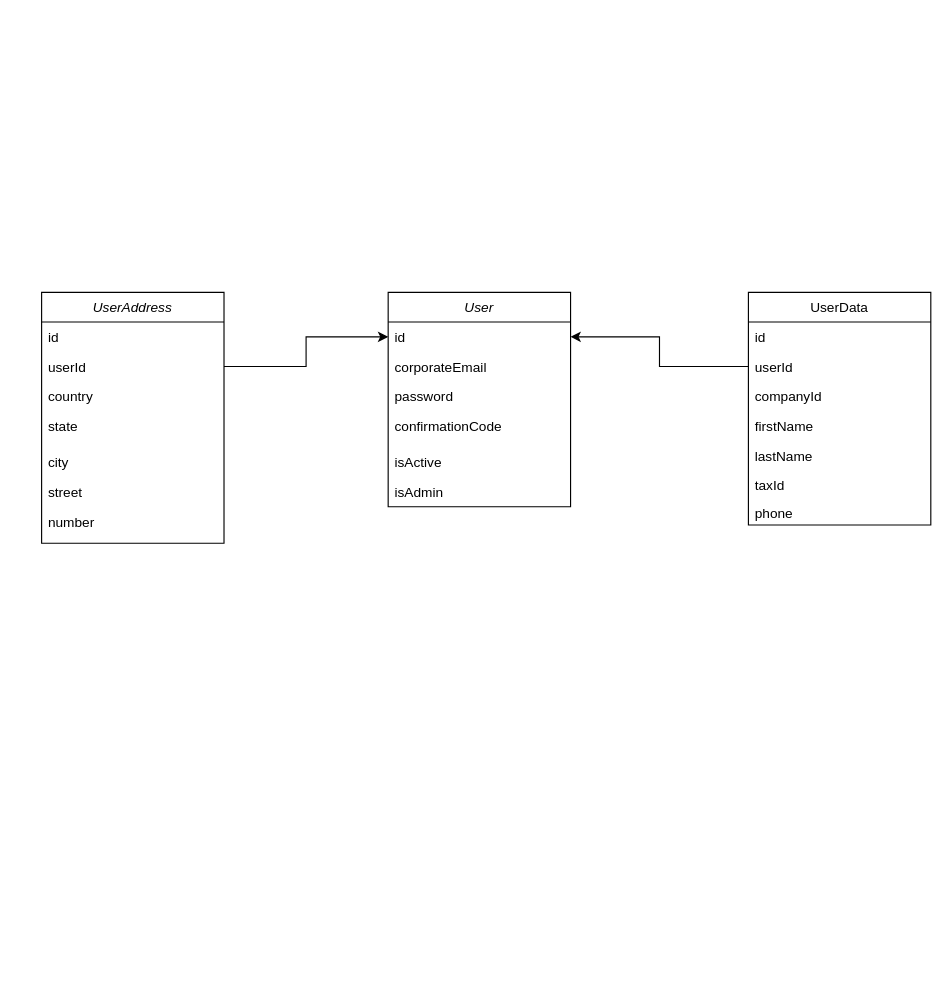
Above: Untitled Diagram.drawio in AdryannMillos/diagrams (draw.io), before the change. Source tidied: cells renumbered, new cells numbered last; positions are measured from the earlier drawing's top-left corner, leaving out a move shared by most shapes. Both pictures are drawn from the tidied source at 114%, with x=0, y=0 at pixel (41, 292).
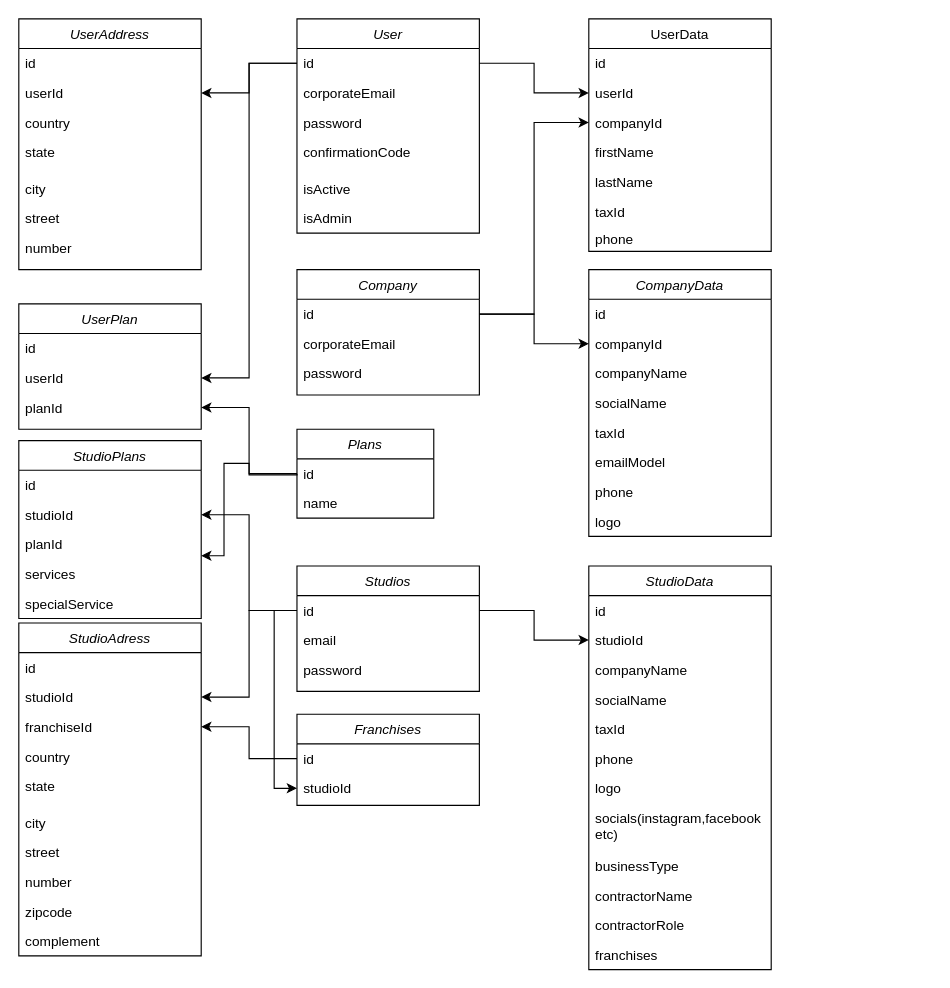
Above is the later version.

Unchanged cells that the change refers to:
```xml
<mxCell id="3" value="id&#10;" style="text;align=left;verticalAlign=top;spacingLeft=4;spacingRight=4;overflow=hidden;points=[[0,0.5],[1,0.5]];portConstraint=eastwest;" parent="2" vertex="1">
  <mxGeometry y="26" width="160" height="26" as="geometry" />
</mxCell>
<mxCell id="11" value="userId" style="text;align=left;verticalAlign=top;spacingLeft=4;spacingRight=4;overflow=hidden;points=[[0,0.5],[1,0.5]];portConstraint=eastwest;" parent="9" vertex="1">
  <mxGeometry y="52" width="160" height="26" as="geometry" />
</mxCell>
<mxCell id="12" value="companyId" style="text;align=left;verticalAlign=top;spacingLeft=4;spacingRight=4;overflow=hidden;points=[[0,0.5],[1,0.5]];portConstraint=eastwest;rounded=0;shadow=0;html=0;" parent="9" vertex="1">
  <mxGeometry y="78" width="160" height="26" as="geometry" />
</mxCell>
<mxCell id="19" value="userId" style="text;align=left;verticalAlign=top;spacingLeft=4;spacingRight=4;overflow=hidden;points=[[0,0.5],[1,0.5]];portConstraint=eastwest;" parent="17" vertex="1">
  <mxGeometry y="52" width="160" height="26" as="geometry" />
</mxCell>
```

The edit, as a diff of the source:
```diff
@@
     <mxCell id="2" value="User" style="swimlane;fontStyle=2;align=center;verticalAlign=top;horizontal=1;startSize=26;rounded=0;shadow=0;strokeWidth=1;" parent="1" vertex="1">
-      <mxGeometry x="304" width="160" height="188" as="geometry" />
+      <mxGeometry x="224" y="-240" width="160" height="188" as="geometry" />
     </mxCell>
@@
     <mxCell id="9" value="UserData" style="swimlane;fontStyle=0;align=center;verticalAlign=top;horizontal=1;startSize=26;rounded=0;shadow=0;strokeWidth=1;" parent="1" vertex="1">
-      <mxGeometry x="620" width="160" height="204" as="geometry" />
+      <mxGeometry x="480" y="-240" width="160" height="204" as="geometry" />
     </mxCell>
@@
     <mxCell id="17" value="UserAddress&#10;" style="swimlane;fontStyle=2;align=center;verticalAlign=top;horizontal=1;startSize=26;rounded=0;shadow=0;strokeWidth=1;" parent="1" vertex="1">
-      <mxGeometry width="160" height="220" as="geometry" />
+      <mxGeometry x="-20" y="-240" width="160" height="220" as="geometry" />
     </mxCell>
@@
-    <mxCell id="25" style="edgeStyle=orthogonalEdgeStyle;rounded=0;jettySize=auto;html=1;exitX=1;exitY=0.5;exitDx=0;exitDy=0;entryX=0;entryY=0.5;entryDx=0;entryDy=0;" parent="1" edge="1" source="19" target="3">
-      <mxGeometry relative="1" as="geometry" />
-    </mxCell>
-    <mxCell id="26" style="edgeStyle=orthogonalEdgeStyle;rounded=0;jettySize=auto;html=1;exitX=0;exitY=0.5;exitDx=0;exitDy=0;entryX=1;entryY=0.5;entryDx=0;entryDy=0;" parent="1" edge="1" source="11" target="3">
-      <mxGeometry relative="1" as="geometry" />
-    </mxCell>
+    <mxCell id="27" value="Company&#10;" style="swimlane;fontStyle=2;align=center;verticalAlign=top;horizontal=1;startSize=26;rounded=0;shadow=0;strokeWidth=1;" parent="1" vertex="1">
+      <mxGeometry x="224" y="-20" width="160" height="110" as="geometry" />
+    </mxCell>
+    <mxCell id="28" value="id&#10;" style="text;align=left;verticalAlign=top;spacingLeft=4;spacingRight=4;overflow=hidden;points=[[0,0.5],[1,0.5]];portConstraint=eastwest;" parent="27" vertex="1">
+      <mxGeometry y="26" width="160" height="26" as="geometry" />
+    </mxCell>
+    <mxCell id="29" value="corporateEmail" style="text;align=left;verticalAlign=top;spacingLeft=4;spacingRight=4;overflow=hidden;" parent="27" vertex="1">
+      <mxGeometry y="52" width="160" height="26" as="geometry" />
+    </mxCell>
+    <mxCell id="30" value="password" style="text;align=left;verticalAlign=top;spacingLeft=4;spacingRight=4;overflow=hidden;rounded=0;shadow=0;html=0;" parent="27" vertex="1">
+      <mxGeometry y="78" width="160" height="26" as="geometry" />
+    </mxCell>
+    <mxCell id="31" style="edgeStyle=orthogonalEdgeStyle;rounded=0;jettySize=auto;html=1;entryX=0;entryY=0.5;entryDx=0;entryDy=0;exitX=1;exitY=0.5;exitDx=0;exitDy=0;" parent="1" edge="1" source="28" target="12">
+      <mxGeometry relative="1" as="geometry" />
+    </mxCell>
+    <mxCell id="32" value="CompanyData&#10;" style="swimlane;fontStyle=2;align=center;verticalAlign=top;horizontal=1;startSize=26;rounded=0;shadow=0;strokeWidth=1;" parent="1" vertex="1">
+      <mxGeometry x="480" y="-20" width="160" height="234" as="geometry" />
+    </mxCell>
+    <mxCell id="33" value="id&#10;" style="text;align=left;verticalAlign=top;spacingLeft=4;spacingRight=4;overflow=hidden;" parent="32" vertex="1">
+      <mxGeometry y="26" width="160" height="26" as="geometry" />
+    </mxCell>
+    <mxCell id="34" value="companyId&#10;" style="text;align=left;verticalAlign=top;spacingLeft=4;spacingRight=4;overflow=hidden;points=[[0,0.5],[1,0.5]];portConstraint=eastwest;" parent="32" vertex="1">
+      <mxGeometry y="52" width="160" height="26" as="geometry" />
+    </mxCell>
+    <mxCell id="35" value="companyName" style="text;align=left;verticalAlign=top;spacingLeft=4;spacingRight=4;overflow=hidden;" parent="32" vertex="1">
+      <mxGeometry y="78" width="160" height="26" as="geometry" />
+    </mxCell>
+    <mxCell id="36" value="socialName&#10;" style="text;align=left;verticalAlign=top;spacingLeft=4;spacingRight=4;overflow=hidden;rounded=0;shadow=0;html=0;" parent="32" vertex="1">
+      <mxGeometry y="104" width="160" height="26" as="geometry" />
+    </mxCell>
+    <mxCell id="37" value="taxId" style="text;align=left;verticalAlign=top;spacingLeft=4;spacingRight=4;overflow=hidden;" parent="32" vertex="1">
+      <mxGeometry y="130" width="160" height="26" as="geometry" />
+    </mxCell>
+    <mxCell id="38" value="emailModel&#10;" style="text;align=left;verticalAlign=top;spacingLeft=4;spacingRight=4;overflow=hidden;rounded=0;shadow=0;html=0;" parent="32" vertex="1">
+      <mxGeometry y="156" width="160" height="26" as="geometry" />
+    </mxCell>
+    <mxCell id="39" value="phone&#10;" style="text;align=left;verticalAlign=top;spacingLeft=4;spacingRight=4;overflow=hidden;rounded=0;shadow=0;html=0;" parent="32" vertex="1">
+      <mxGeometry y="182" width="160" height="26" as="geometry" />
+    </mxCell>
+    <mxCell id="40" value="logo&#10;" style="text;align=left;verticalAlign=top;spacingLeft=4;spacingRight=4;overflow=hidden;rounded=0;shadow=0;html=0;" parent="32" vertex="1">
+      <mxGeometry y="208" width="160" height="26" as="geometry" />
+    </mxCell>
+    <mxCell id="41" style="edgeStyle=orthogonalEdgeStyle;rounded=0;jettySize=auto;html=1;exitX=1;exitY=0.5;exitDx=0;exitDy=0;entryX=0;entryY=0.5;entryDx=0;entryDy=0;" parent="1" edge="1" source="3" target="11">
+      <mxGeometry relative="1" as="geometry" />
+    </mxCell>
+    <mxCell id="42" style="edgeStyle=orthogonalEdgeStyle;rounded=0;jettySize=auto;html=1;exitX=0;exitY=0.5;exitDx=0;exitDy=0;entryX=1;entryY=0.5;entryDx=0;entryDy=0;" parent="1" edge="1" source="3" target="19">
+      <mxGeometry relative="1" as="geometry" />
+    </mxCell>
+    <mxCell id="43" style="edgeStyle=orthogonalEdgeStyle;rounded=0;jettySize=auto;html=1;exitX=1;exitY=0.5;exitDx=0;exitDy=0;entryX=0;entryY=0.5;entryDx=0;entryDy=0;" parent="1" edge="1" source="28" target="34">
+      <mxGeometry relative="1" as="geometry" />
+    </mxCell>
+    <mxCell id="44" value="Plans" style="swimlane;fontStyle=2;align=center;verticalAlign=top;horizontal=1;startSize=26;rounded=0;shadow=0;strokeWidth=1;" parent="1" vertex="1">
+      <mxGeometry x="224" y="120" width="120" height="78" as="geometry" />
+    </mxCell>
+    <mxCell id="45" value="id&#10;" style="text;align=left;verticalAlign=top;spacingLeft=4;spacingRight=4;overflow=hidden;points=[[0,0.5],[1,0.5]];portConstraint=eastwest;" parent="44" vertex="1">
+      <mxGeometry y="26" width="120" height="26" as="geometry" />
+    </mxCell>
+    <mxCell id="46" value="name" style="text;align=left;verticalAlign=top;spacingLeft=4;spacingRight=4;overflow=hidden;" parent="44" vertex="1">
+      <mxGeometry y="52" width="120" height="26" as="geometry" />
+    </mxCell>
+    <mxCell id="47" value="UserPlan&#10;" style="swimlane;fontStyle=2;align=center;verticalAlign=top;horizontal=1;startSize=26;rounded=0;shadow=0;strokeWidth=1;" parent="1" vertex="1">
+      <mxGeometry x="-20" y="10" width="160" height="110" as="geometry" />
+    </mxCell>
+    <mxCell id="48" value="id&#10;" style="text;align=left;verticalAlign=top;spacingLeft=4;spacingRight=4;overflow=hidden;" parent="47" vertex="1">
+      <mxGeometry y="26" width="160" height="26" as="geometry" />
+    </mxCell>
+    <mxCell id="49" value="userId&#10;" style="text;align=left;verticalAlign=top;spacingLeft=4;spacingRight=4;overflow=hidden;points=[[0,0.5],[1,0.5]];portConstraint=eastwest;" parent="47" vertex="1">
+      <mxGeometry y="52" width="160" height="26" as="geometry" />
+    </mxCell>
+    <mxCell id="50" value="planId" style="text;align=left;verticalAlign=top;spacingLeft=4;spacingRight=4;overflow=hidden;points=[[0,0.5],[1,0.5]];portConstraint=eastwest;rounded=0;shadow=0;html=0;" parent="47" vertex="1">
+      <mxGeometry y="78" width="160" height="26" as="geometry" />
+    </mxCell>
+    <mxCell id="51" style="edgeStyle=orthogonalEdgeStyle;rounded=0;jettySize=auto;html=1;" parent="1" edge="1" source="3" target="49">
+      <mxGeometry relative="1" as="geometry" />
+    </mxCell>
+    <mxCell id="52" style="edgeStyle=orthogonalEdgeStyle;rounded=0;jettySize=auto;html=1;exitX=0;exitY=0.5;exitDx=0;exitDy=0;entryX=1;entryY=0.5;entryDx=0;entryDy=0;" parent="1" edge="1" source="45" target="50">
+      <mxGeometry relative="1" as="geometry">
+        <Array as="points">
+          <mxPoint x="224" y="160" />
+          <mxPoint x="182" y="160" />
+          <mxPoint x="182" y="101" />
+        </Array>
+      </mxGeometry>
+    </mxCell>
+    <mxCell id="53" value="Studios" style="swimlane;fontStyle=2;align=center;verticalAlign=top;horizontal=1;startSize=26;rounded=0;shadow=0;strokeWidth=1;" parent="1" vertex="1">
+      <mxGeometry x="224" y="240" width="160" height="110" as="geometry" />
+    </mxCell>
+    <mxCell id="54" value="id&#10;" style="text;align=left;verticalAlign=top;spacingLeft=4;spacingRight=4;overflow=hidden;points=[[0,0.5],[1,0.5]];portConstraint=eastwest;" parent="53" vertex="1">
+      <mxGeometry y="26" width="160" height="26" as="geometry" />
+    </mxCell>
+    <mxCell id="55" value="email" style="text;align=left;verticalAlign=top;spacingLeft=4;spacingRight=4;overflow=hidden;" parent="53" vertex="1">
+      <mxGeometry y="52" width="160" height="26" as="geometry" />
+    </mxCell>
+    <mxCell id="56" value="password" style="text;align=left;verticalAlign=top;spacingLeft=4;spacingRight=4;overflow=hidden;rounded=0;shadow=0;html=0;" parent="53" vertex="1">
+      <mxGeometry y="78" width="160" height="26" as="geometry" />
+    </mxCell>
+    <mxCell id="57" value="StudioData&#10;" style="swimlane;fontStyle=2;align=center;verticalAlign=top;horizontal=1;startSize=26;rounded=0;shadow=0;strokeWidth=1;" parent="1" vertex="1">
+      <mxGeometry x="480" y="240" width="160" height="354" as="geometry" />
+    </mxCell>
+    <mxCell id="58" value="id&#10;" style="text;align=left;verticalAlign=top;spacingLeft=4;spacingRight=4;overflow=hidden;" parent="57" vertex="1">
+      <mxGeometry y="26" width="160" height="26" as="geometry" />
+    </mxCell>
+    <mxCell id="59" value="studioId&#10;" style="text;align=left;verticalAlign=top;spacingLeft=4;spacingRight=4;overflow=hidden;points=[[0,0.5],[1,0.5]];portConstraint=eastwest;" parent="57" vertex="1">
+      <mxGeometry y="52" width="160" height="26" as="geometry" />
+    </mxCell>
+    <mxCell id="60" value="companyName" style="text;align=left;verticalAlign=top;spacingLeft=4;spacingRight=4;overflow=hidden;" parent="57" vertex="1">
+      <mxGeometry y="78" width="160" height="26" as="geometry" />
+    </mxCell>
+    <mxCell id="61" value="socialName&#10;" style="text;align=left;verticalAlign=top;spacingLeft=4;spacingRight=4;overflow=hidden;rounded=0;shadow=0;html=0;" parent="57" vertex="1">
+      <mxGeometry y="104" width="160" height="26" as="geometry" />
+    </mxCell>
+    <mxCell id="62" value="taxId" style="text;align=left;verticalAlign=top;spacingLeft=4;spacingRight=4;overflow=hidden;" parent="57" vertex="1">
+      <mxGeometry y="130" width="160" height="26" as="geometry" />
+    </mxCell>
+    <mxCell id="63" value="phone&#10;" style="text;align=left;verticalAlign=top;spacingLeft=4;spacingRight=4;overflow=hidden;rounded=0;shadow=0;html=0;" parent="57" vertex="1">
+      <mxGeometry y="156" width="160" height="26" as="geometry" />
+    </mxCell>
+    <mxCell id="64" value="logo&#10;" style="text;align=left;verticalAlign=top;spacingLeft=4;spacingRight=4;overflow=hidden;rounded=0;shadow=0;html=0;" parent="57" vertex="1">
+      <mxGeometry y="182" width="160" height="26" as="geometry" />
+    </mxCell>
+    <mxCell id="65" value="socials(instagram,facebook&#10;etc)" style="text;align=left;verticalAlign=top;spacingLeft=4;spacingRight=4;overflow=hidden;rounded=0;shadow=0;html=0;" parent="57" vertex="1">
+      <mxGeometry y="208" width="160" height="42" as="geometry" />
+    </mxCell>
+    <mxCell id="66" value="businessType" style="text;align=left;verticalAlign=top;spacingLeft=4;spacingRight=4;overflow=hidden;rounded=0;shadow=0;html=0;" parent="57" vertex="1">
+      <mxGeometry y="250" width="160" height="26" as="geometry" />
+    </mxCell>
+    <mxCell id="67" value="contractorName&#10;" style="text;align=left;verticalAlign=top;spacingLeft=4;spacingRight=4;overflow=hidden;rounded=0;shadow=0;html=0;" parent="57" vertex="1">
+      <mxGeometry y="276" width="160" height="26" as="geometry" />
+    </mxCell>
+    <mxCell id="68" value="contractorRole" style="text;align=left;verticalAlign=top;spacingLeft=4;spacingRight=4;overflow=hidden;rounded=0;shadow=0;html=0;" parent="57" vertex="1">
+      <mxGeometry y="302" width="160" height="26" as="geometry" />
+    </mxCell>
+    <mxCell id="69" value="franchises" style="text;align=left;verticalAlign=top;spacingLeft=4;spacingRight=4;overflow=hidden;rounded=0;shadow=0;html=0;" parent="57" vertex="1">
+      <mxGeometry y="328" width="160" height="26" as="geometry" />
+    </mxCell>
+    <mxCell id="70" style="edgeStyle=orthogonalEdgeStyle;rounded=0;jettySize=auto;html=1;exitX=1;exitY=0.5;exitDx=0;exitDy=0;" parent="1" edge="1" source="54" target="59">
+      <mxGeometry relative="1" as="geometry" />
+    </mxCell>
+    <mxCell id="71" value="StudioAdress" style="swimlane;fontStyle=2;align=center;verticalAlign=top;horizontal=1;startSize=26;rounded=0;shadow=0;strokeWidth=1;" parent="1" vertex="1">
+      <mxGeometry x="-20" y="290" width="160" height="292" as="geometry" />
+    </mxCell>
+    <mxCell id="72" value="id&#10;" style="text;align=left;verticalAlign=top;spacingLeft=4;spacingRight=4;overflow=hidden;" parent="71" vertex="1">
+      <mxGeometry y="26" width="160" height="26" as="geometry" />
+    </mxCell>
+    <mxCell id="73" value="studioId" style="text;align=left;verticalAlign=top;spacingLeft=4;spacingRight=4;overflow=hidden;points=[[0,0.5],[1,0.5]];portConstraint=eastwest;" parent="71" vertex="1">
+      <mxGeometry y="52" width="160" height="26" as="geometry" />
+    </mxCell>
+    <mxCell id="74" value="franchiseId" style="text;align=left;verticalAlign=top;spacingLeft=4;spacingRight=4;overflow=hidden;points=[[0,0.5],[1,0.5]];portConstraint=eastwest;" parent="71" vertex="1">
+      <mxGeometry y="78" width="160" height="26" as="geometry" />
+    </mxCell>
+    <mxCell id="75" value="country" style="text;align=left;verticalAlign=top;spacingLeft=4;spacingRight=4;overflow=hidden;rounded=0;shadow=0;html=0;" parent="71" vertex="1">
+      <mxGeometry y="104" width="160" height="26" as="geometry" />
+    </mxCell>
+    <mxCell id="76" value="state" style="text;align=left;verticalAlign=top;spacingLeft=4;spacingRight=4;overflow=hidden;rounded=0;shadow=0;html=0;" parent="71" vertex="1">
+      <mxGeometry y="130" width="160" height="32" as="geometry" />
+    </mxCell>
+    <mxCell id="77" value="city" style="text;align=left;verticalAlign=top;spacingLeft=4;spacingRight=4;overflow=hidden;" parent="71" vertex="1">
+      <mxGeometry y="162" width="160" height="26" as="geometry" />
+    </mxCell>
+    <mxCell id="78" value="street" style="text;align=left;verticalAlign=top;spacingLeft=4;spacingRight=4;overflow=hidden;" parent="71" vertex="1">
+      <mxGeometry y="188" width="160" height="26" as="geometry" />
+    </mxCell>
+    <mxCell id="79" value="number&#10;" style="text;align=left;verticalAlign=top;spacingLeft=4;spacingRight=4;overflow=hidden;" parent="71" vertex="1">
+      <mxGeometry y="214" width="160" height="26" as="geometry" />
+    </mxCell>
+    <mxCell id="80" value="zipcode&#10;" style="text;align=left;verticalAlign=top;spacingLeft=4;spacingRight=4;overflow=hidden;" parent="71" vertex="1">
+      <mxGeometry y="240" width="160" height="26" as="geometry" />
+    </mxCell>
+    <mxCell id="81" value="complement&#10;" style="text;align=left;verticalAlign=top;spacingLeft=4;spacingRight=4;overflow=hidden;" parent="71" vertex="1">
+      <mxGeometry y="266" width="160" height="26" as="geometry" />
+    </mxCell>
+    <mxCell id="82" style="edgeStyle=orthogonalEdgeStyle;rounded=0;jettySize=auto;html=1;exitX=0;exitY=0.5;exitDx=0;exitDy=0;entryX=1;entryY=0.5;entryDx=0;entryDy=0;" parent="1" edge="1" source="54" target="73">
+      <mxGeometry relative="1" as="geometry" />
+    </mxCell>
+    <mxCell id="83" value="Franchises" style="swimlane;fontStyle=2;align=center;verticalAlign=top;horizontal=1;startSize=26;rounded=0;shadow=0;strokeWidth=1;" parent="1" vertex="1">
+      <mxGeometry x="224" y="370" width="160" height="80" as="geometry" />
+    </mxCell>
+    <mxCell id="84" value="id&#10;" style="text;align=left;verticalAlign=top;spacingLeft=4;spacingRight=4;overflow=hidden;points=[[0,0.5],[1,0.5]];portConstraint=eastwest;" parent="83" vertex="1">
+      <mxGeometry y="26" width="160" height="26" as="geometry" />
+    </mxCell>
+    <mxCell id="85" value="studioId" style="text;align=left;verticalAlign=top;spacingLeft=4;spacingRight=4;overflow=hidden;points=[[0,0.5],[1,0.5]];portConstraint=eastwest;" parent="83" vertex="1">
+      <mxGeometry y="52" width="160" height="26" as="geometry" />
+    </mxCell>
+    <mxCell id="86" style="edgeStyle=orthogonalEdgeStyle;rounded=0;jettySize=auto;html=1;exitX=0;exitY=0.5;exitDx=0;exitDy=0;entryX=1;entryY=0.5;entryDx=0;entryDy=0;" parent="1" edge="1" source="84" target="74">
+      <mxGeometry relative="1" as="geometry" />
+    </mxCell>
+    <mxCell id="87" style="edgeStyle=orthogonalEdgeStyle;rounded=0;jettySize=auto;html=1;entryX=0;entryY=0.5;entryDx=0;entryDy=0;" parent="1" edge="1" source="54" target="85">
+      <mxGeometry relative="1" as="geometry" />
+    </mxCell>
+    <mxCell id="88" value="StudioPlans" style="swimlane;fontStyle=2;align=center;verticalAlign=top;horizontal=1;startSize=26;rounded=0;shadow=0;strokeWidth=1;" parent="1" vertex="1">
+      <mxGeometry x="-20" y="130" width="160" height="156" as="geometry" />
+    </mxCell>
+    <mxCell id="89" value="id&#10;" style="text;align=left;verticalAlign=top;spacingLeft=4;spacingRight=4;overflow=hidden;" parent="88" vertex="1">
+      <mxGeometry y="26" width="160" height="26" as="geometry" />
+    </mxCell>
+    <mxCell id="90" value="studioId" style="text;align=left;verticalAlign=top;spacingLeft=4;spacingRight=4;overflow=hidden;points=[[0,0.5],[1,0.5]];portConstraint=eastwest;" parent="88" vertex="1">
+      <mxGeometry y="52" width="160" height="26" as="geometry" />
+    </mxCell>
+    <mxCell id="91" value="planId" style="text;align=left;verticalAlign=top;spacingLeft=4;spacingRight=4;overflow=hidden;points=[[0,0.5],[1,0.5]];portConstraint=eastwest;rounded=0;shadow=0;html=0;" parent="88" vertex="1">
+      <mxGeometry y="78" width="160" height="26" as="geometry" />
+    </mxCell>
+    <mxCell id="92" value="services&#10;" style="text;align=left;verticalAlign=top;spacingLeft=4;spacingRight=4;overflow=hidden;rounded=0;shadow=0;html=0;" parent="88" vertex="1">
+      <mxGeometry y="104" width="160" height="26" as="geometry" />
+    </mxCell>
+    <mxCell id="93" value="specialService&#10;" style="text;align=left;verticalAlign=top;spacingLeft=4;spacingRight=4;overflow=hidden;rounded=0;shadow=0;html=0;" parent="88" vertex="1">
+      <mxGeometry y="130" width="160" height="26" as="geometry" />
+    </mxCell>
+    <mxCell id="94" style="edgeStyle=orthogonalEdgeStyle;rounded=0;jettySize=auto;html=1;entryX=1;entryY=0.5;entryDx=0;entryDy=0;" parent="1" edge="1" source="54" target="90">
+      <mxGeometry relative="1" as="geometry" />
+    </mxCell>
+    <mxCell id="95" style="edgeStyle=orthogonalEdgeStyle;rounded=0;jettySize=auto;html=1;" parent="1" edge="1" source="45" target="91">
+      <mxGeometry relative="1" as="geometry">
+        <Array as="points">
+          <mxPoint x="182" y="159" />
+          <mxPoint x="182" y="150" />
+          <mxPoint x="160" y="150" />
+          <mxPoint x="160" y="231" />
+        </Array>
+      </mxGeometry>
+    </mxCell>
```
